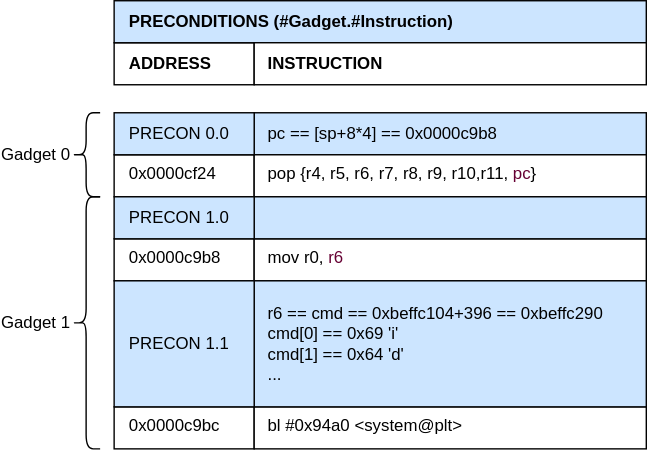
Earlier version of the draw.io export images/ROP_Chain.svg (cyber-defence-campus/netgear_r6700v3_circled). Source tidied: cells renumbered, new cells last; positions are measured from the earlier drawing's top-left corner, leaving out a move shared by most shapes.
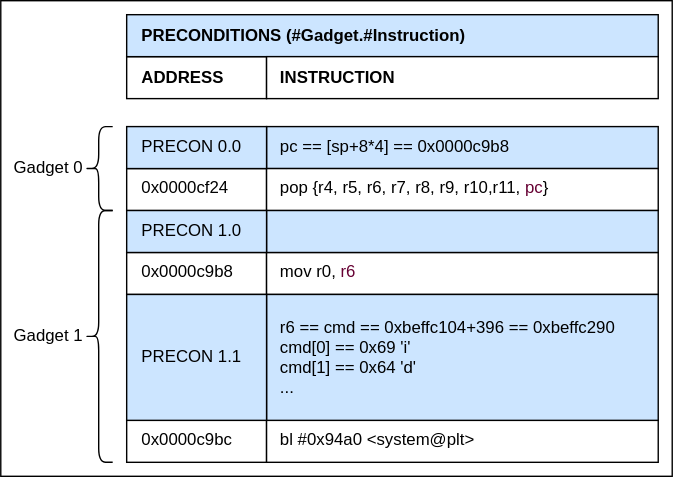
Later version of the same file.

What changed in the source:
```diff
@@ -2,6 +2,9 @@
   <root>
     <mxCell id="0" />
     <mxCell id="1" parent="0" />
+    <mxCell id="20" style="rounded=0;whiteSpace=wrap;html=1;" parent="1" vertex="1">
+      <mxGeometry x="-60" y="-10" width="480" height="340" as="geometry" />
+    </mxCell>
     <mxCell id="2" value="Gadget 0" style="shape=curlyBracket;html=1;rounded=1;labelPosition=left;verticalLabelPosition=middle;align=right;verticalAlign=middle;" parent="1" vertex="1">
       <mxGeometry y="80" width="20" height="60" as="geometry" />
     </mxCell>
```
